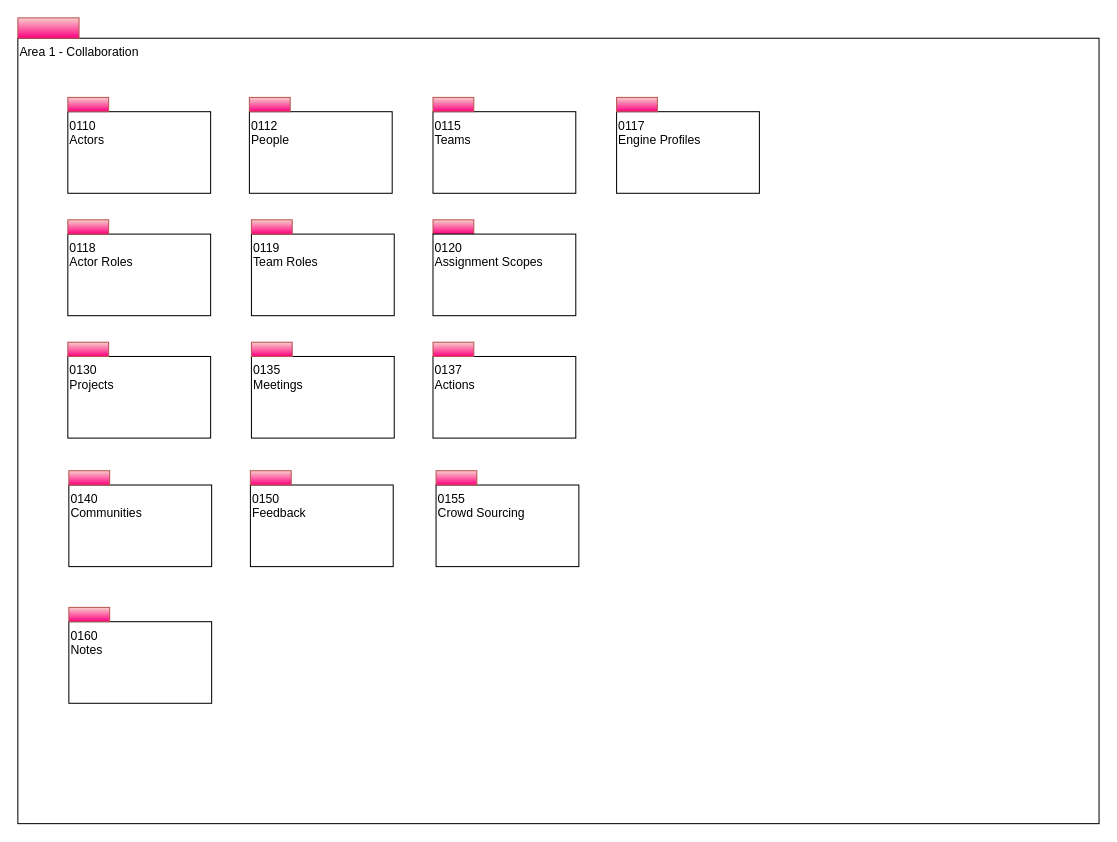
This is page "Overview" (1 of 16) of site/docs/types/1/area-1-collaboration.drawio from odpi/egeria-docs, a draw.io file, before an edit. Source tidied: cells renumbered, new cells numbered last; positions are measured from the earlier drawing's top-left corner, leaving out a move shared by most shapes. Both pictures are drawn from the tidied source at 102%, with x=0, y=0 at pixel (17, 17).
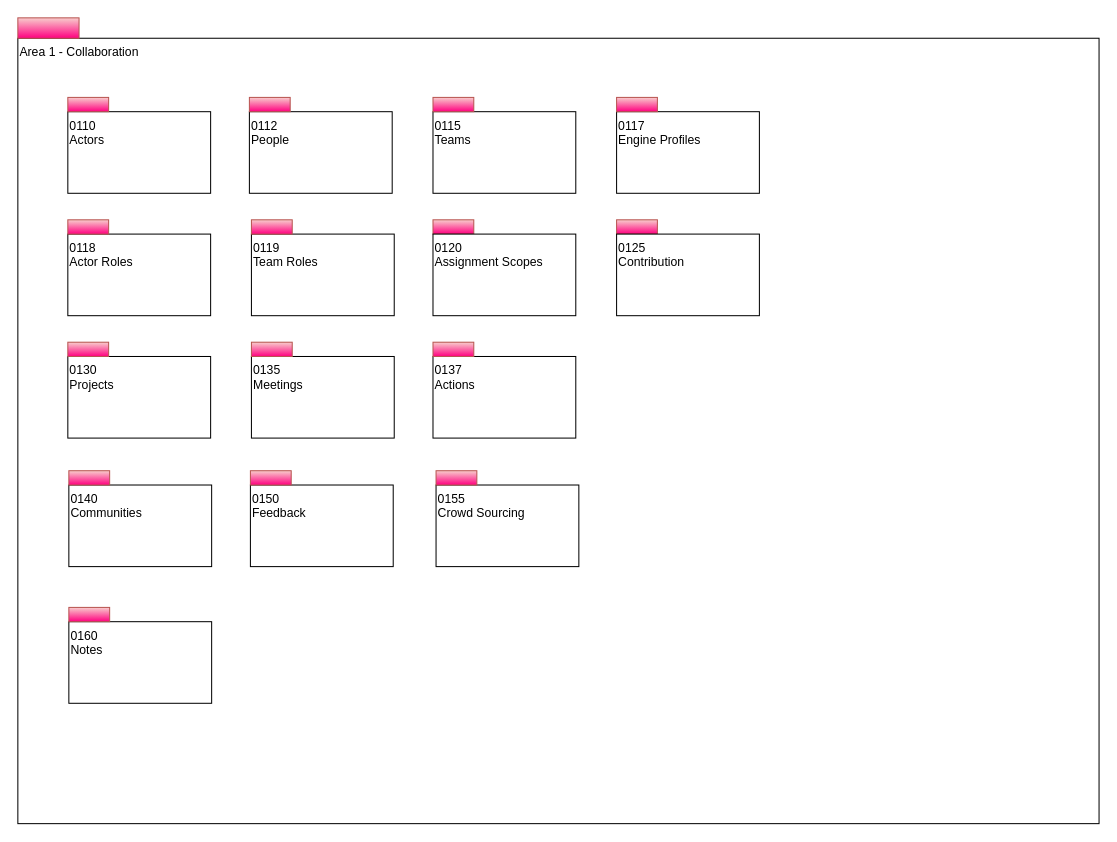
After the change.

Change to the diagram source:
```diff
@@
+    <mxCell id="32" style="html=1;strokeColor=#b85450;align=center;fillColor=#f8cecc;gradientColor=#FF0080;" parent="1" vertex="1">
+      <mxGeometry x="587" y="198" width="40" height="14" as="geometry" />
+    </mxCell>
+    <mxCell id="33" value="0125&lt;br&gt;Contribution" style="rounded=0;whiteSpace=wrap;html=1;align=left;verticalAlign=top;" parent="1" vertex="1">
+      <mxGeometry x="587" y="212" width="140" height="80" as="geometry" />
+    </mxCell>
```
